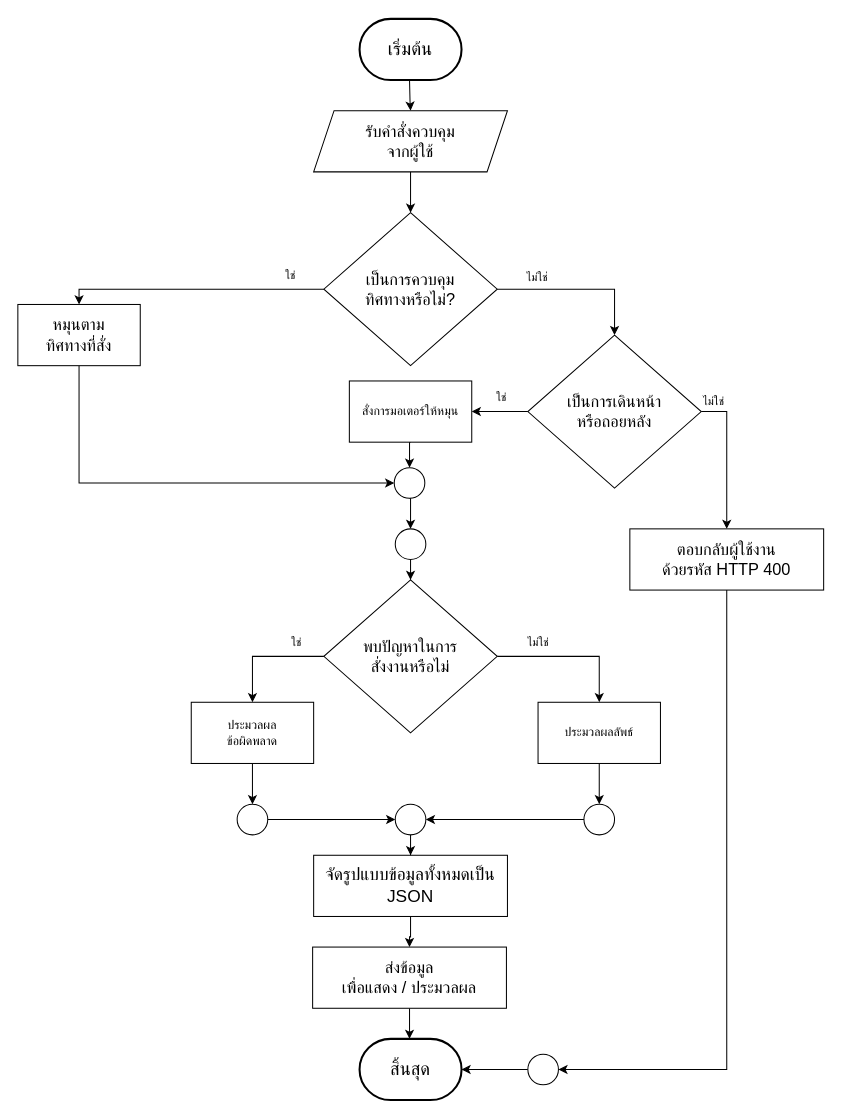
toonshouin/psc-flowchart-workshop keeps this draw.io diagram as page "control-api" (5 of 7) of function.drawio. Above is the earlier version. Source tidied: cells renumbered, new cells numbered last; positions are measured from the earlier drawing's top-left corner, leaving out a move shared by most shapes. Both pictures are drawn from the tidied source at 102%, with x=0, y=0 at pixel (17, 18).
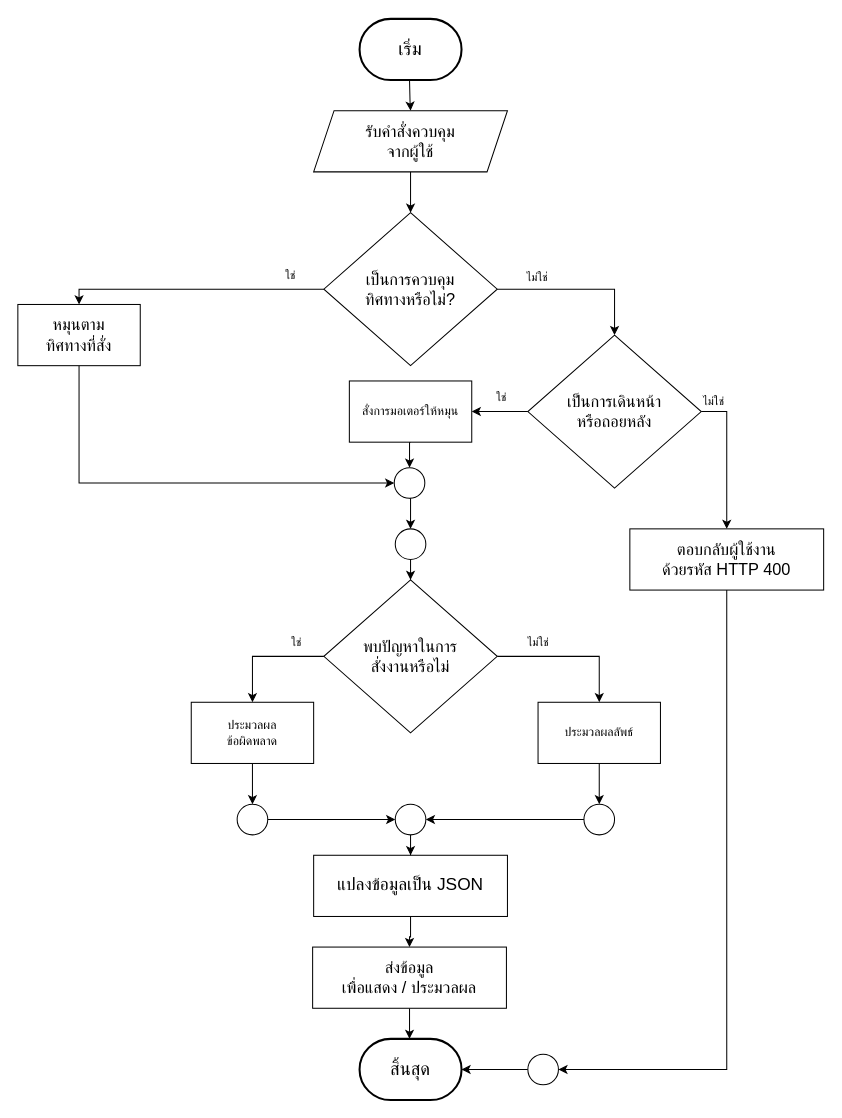
After the change.

Change to the diagram source:
```diff
@@
-    <mxCell id="32" value="&lt;font style=&quot;font-size: 17px;&quot;&gt;จัดรูปแบบข้อมูลทั้งหมดเป็น JSON&lt;/font&gt;" style="whiteSpace=wrap;html=1;fontSize=16;rounded=0;" parent="1" vertex="1">
+    <mxCell id="32" value="&lt;font style=&quot;font-size: 17px;&quot;&gt;แปลงข้อมูลเป็น JSON&lt;/font&gt;" style="whiteSpace=wrap;html=1;fontSize=16;rounded=0;" parent="1" vertex="1">
       <mxGeometry x="290" y="820" width="190" height="60" as="geometry" />
     </mxCell>
@@
-    <mxCell id="42" value="เริ่มต้น" style="strokeWidth=2;html=1;shape=mxgraph.flowchart.terminator;whiteSpace=wrap;fontSize=18;" parent="1" vertex="1">
+    <mxCell id="42" value="เริ่ม" style="strokeWidth=2;html=1;shape=mxgraph.flowchart.terminator;whiteSpace=wrap;fontSize=18;" parent="1" vertex="1">
       <mxGeometry x="335" width="100" height="60" as="geometry" />
     </mxCell>
```
